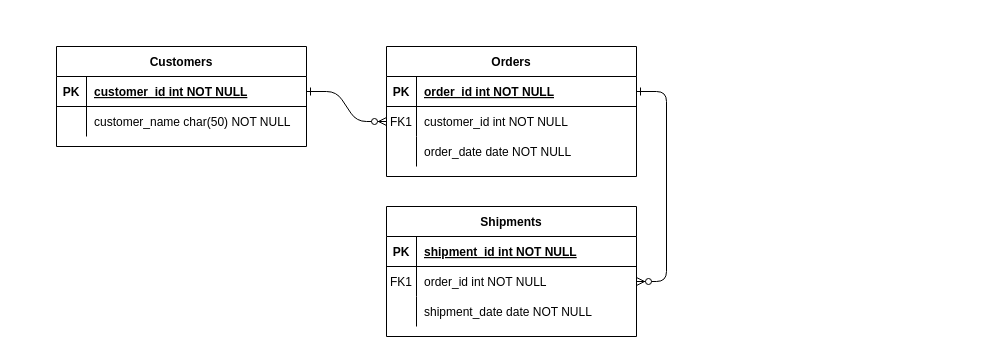
Above: modeling/tierdexERM.drawio in JJJS777/moco2022SammoudSchurawlevSchiller (draw.io), before the change. Source tidied: cells renumbered, new cells numbered last; positions are measured from the earlier drawing's top-left corner, leaving out a move shared by most shapes. Both pictures are drawn from the tidied source at 100%, with x=0, y=0 at pixel (56, 46).
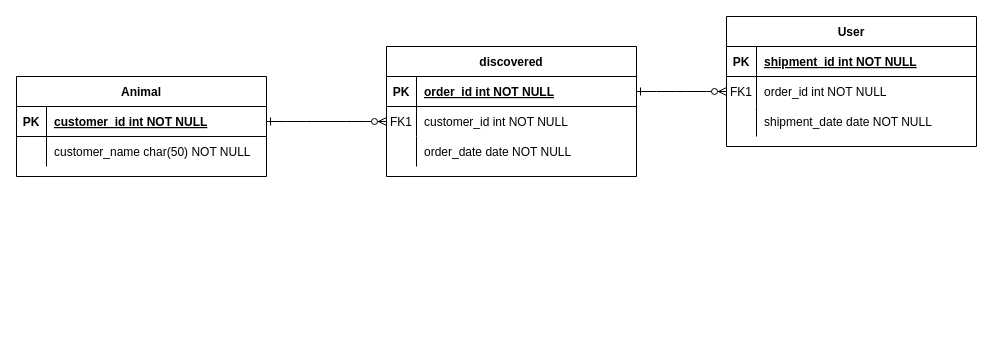
The same diagram, later.

Change to the diagram source:
```diff
@@
-    <mxCell id="4" value="Orders" style="shape=table;startSize=30;childLayout=tableLayout;rowLines=0;fontStyle=1;align=center;" parent="1" vertex="1">
+    <mxCell id="4" value="discovered" style="shape=table;startSize=30;childLayout=tableLayout;rowLines=0;fontStyle=1;align=center;" parent="1" vertex="1">
       <mxGeometry x="330" width="250" height="130" as="geometry" />
     </mxCell>
@@
-    <mxCell id="14" value="Shipments" style="shape=table;startSize=30;childLayout=tableLayout;rowLines=0;fontStyle=1;align=center;" parent="1" vertex="1">
-      <mxGeometry x="330" y="160" width="250" height="130" as="geometry" />
+    <mxCell id="14" value="User" style="shape=table;startSize=30;childLayout=tableLayout;rowLines=0;fontStyle=1;align=center;" parent="1" vertex="1">
+      <mxGeometry x="670" y="-30" width="250" height="130" as="geometry" />
     </mxCell>
@@
-    <mxCell id="24" value="Customers" style="shape=table;startSize=30;childLayout=tableLayout;rowLines=0;fontStyle=1;align=center;" parent="1" vertex="1">
-      <mxGeometry width="250" height="100" as="geometry" />
+    <mxCell id="24" value="Animal" style="shape=table;startSize=30;childLayout=tableLayout;rowLines=0;fontStyle=1;align=center;" parent="1" vertex="1">
+      <mxGeometry x="-40" y="30" width="250" height="100" as="geometry" />
     </mxCell>
```
